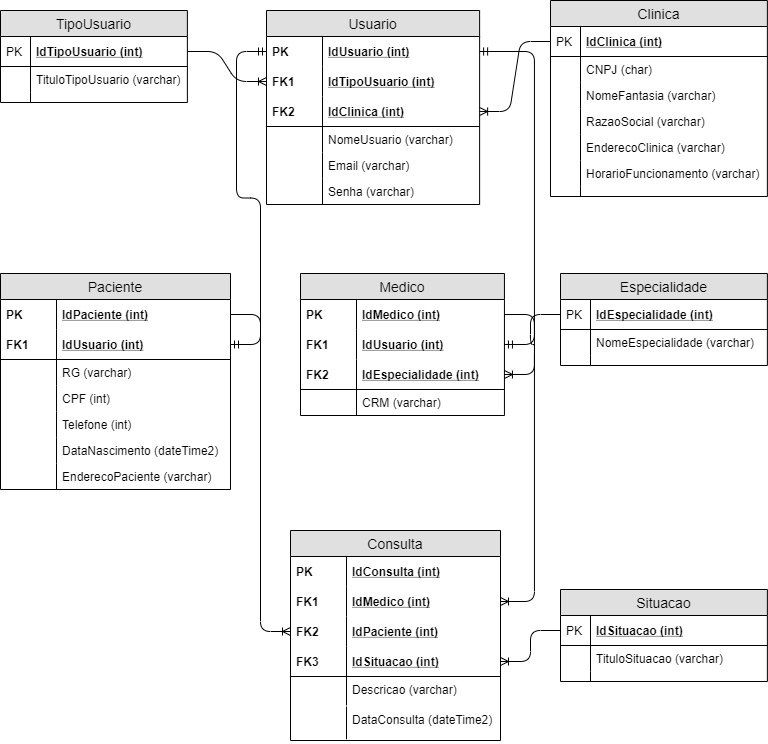
The draw.io diagram Modelagem/modelagem-spmedicalgroup-Logico.png in flavio-pires/senai_spmedgroup_sprint1_bd_manha_flavio_pires, before a commit. Source tidied: cells renumbered, new cells last; positions are measured from the earlier drawing's top-left corner, leaving out a move shared by most shapes.
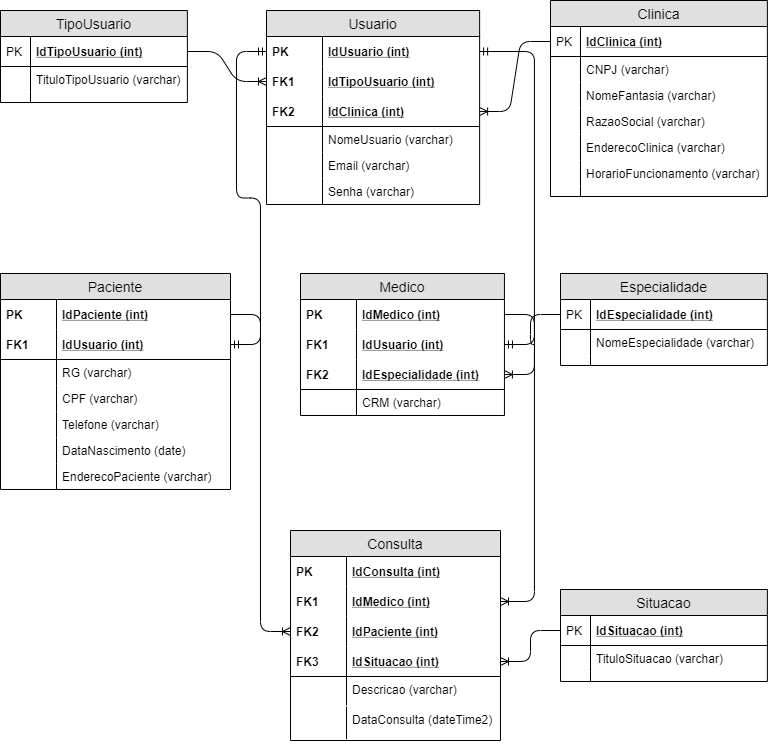
The same file after the commit.

The edit, as a diff of the source:
```diff
@@ -53,7 +53,7 @@
     <mxCell id="18" value="PK" style="shape=partialRectangle;top=0;left=0;bottom=0;fillColor=none;align=left;verticalAlign=middle;spacingLeft=4;spacingRight=4;overflow=hidden;fontSize=12;" parent="17" vertex="1">
       <mxGeometry width="30" height="30" as="geometry" />
     </mxCell>
-    <mxCell id="19" value="CNPJ (char)" style="shape=partialRectangle;top=0;left=0;right=0;bottom=0;align=left;verticalAlign=top;fillColor=none;spacingLeft=34;spacingRight=4;overflow=hidden;fontSize=12;" parent="16" vertex="1">
+    <mxCell id="19" value="CNPJ (varchar)" style="shape=partialRectangle;top=0;left=0;right=0;bottom=0;align=left;verticalAlign=top;fillColor=none;spacingLeft=34;spacingRight=4;overflow=hidden;fontSize=12;" parent="16" vertex="1">
       <mxGeometry y="56" width="216.9" height="26" as="geometry" />
     </mxCell>
     <mxCell id="20" style="shape=partialRectangle;top=0;left=0;bottom=0;fillColor=none;align=left;verticalAlign=top;spacingLeft=4;spacingRight=4;overflow=hidden;fontSize=12;" parent="19" vertex="1">
@@ -215,19 +215,19 @@
     <mxCell id="72" style="shape=partialRectangle;top=0;left=0;bottom=0;fillColor=none;align=left;verticalAlign=top;spacingLeft=4;spacingRight=4;overflow=hidden;fontSize=12;" parent="71" vertex="1">
       <mxGeometry width="56" height="26" as="geometry" />
     </mxCell>
-    <mxCell id="73" value="CPF (int)" style="shape=partialRectangle;top=0;left=0;right=0;bottom=0;align=left;verticalAlign=top;fillColor=none;spacingLeft=60;spacingRight=4;overflow=hidden;fontSize=12;" parent="66" vertex="1">
+    <mxCell id="73" value="CPF (varchar)" style="shape=partialRectangle;top=0;left=0;right=0;bottom=0;align=left;verticalAlign=top;fillColor=none;spacingLeft=60;spacingRight=4;overflow=hidden;fontSize=12;" parent="66" vertex="1">
       <mxGeometry y="112" width="230" height="26" as="geometry" />
     </mxCell>
     <mxCell id="74" style="shape=partialRectangle;top=0;left=0;bottom=0;fillColor=none;align=left;verticalAlign=top;spacingLeft=4;spacingRight=4;overflow=hidden;fontSize=12;" parent="73" vertex="1">
       <mxGeometry width="56" height="26" as="geometry" />
     </mxCell>
-    <mxCell id="75" value="Telefone (int)" style="shape=partialRectangle;top=0;left=0;right=0;bottom=0;align=left;verticalAlign=top;fillColor=none;spacingLeft=60;spacingRight=4;overflow=hidden;fontSize=12;" parent="66" vertex="1">
+    <mxCell id="75" value="Telefone (varchar)" style="shape=partialRectangle;top=0;left=0;right=0;bottom=0;align=left;verticalAlign=top;fillColor=none;spacingLeft=60;spacingRight=4;overflow=hidden;fontSize=12;" parent="66" vertex="1">
       <mxGeometry y="138" width="230" height="26" as="geometry" />
     </mxCell>
     <mxCell id="76" style="shape=partialRectangle;top=0;left=0;bottom=0;fillColor=none;align=left;verticalAlign=top;spacingLeft=4;spacingRight=4;overflow=hidden;fontSize=12;" parent="75" vertex="1">
       <mxGeometry width="56" height="26" as="geometry" />
     </mxCell>
-    <mxCell id="77" value="DataNascimento (dateTime2)" style="shape=partialRectangle;top=0;left=0;right=0;bottom=0;align=left;verticalAlign=top;fillColor=none;spacingLeft=60;spacingRight=4;overflow=hidden;fontSize=12;" parent="66" vertex="1">
+    <mxCell id="77" value="DataNascimento (date)" style="shape=partialRectangle;top=0;left=0;right=0;bottom=0;align=left;verticalAlign=top;fillColor=none;spacingLeft=60;spacingRight=4;overflow=hidden;fontSize=12;" parent="66" vertex="1">
       <mxGeometry y="164" width="230" height="26" as="geometry" />
     </mxCell>
     <mxCell id="78" style="shape=partialRectangle;top=0;left=0;bottom=0;fillColor=none;align=left;verticalAlign=top;spacingLeft=4;spacingRight=4;overflow=hidden;fontSize=12;" parent="77" vertex="1">
```
